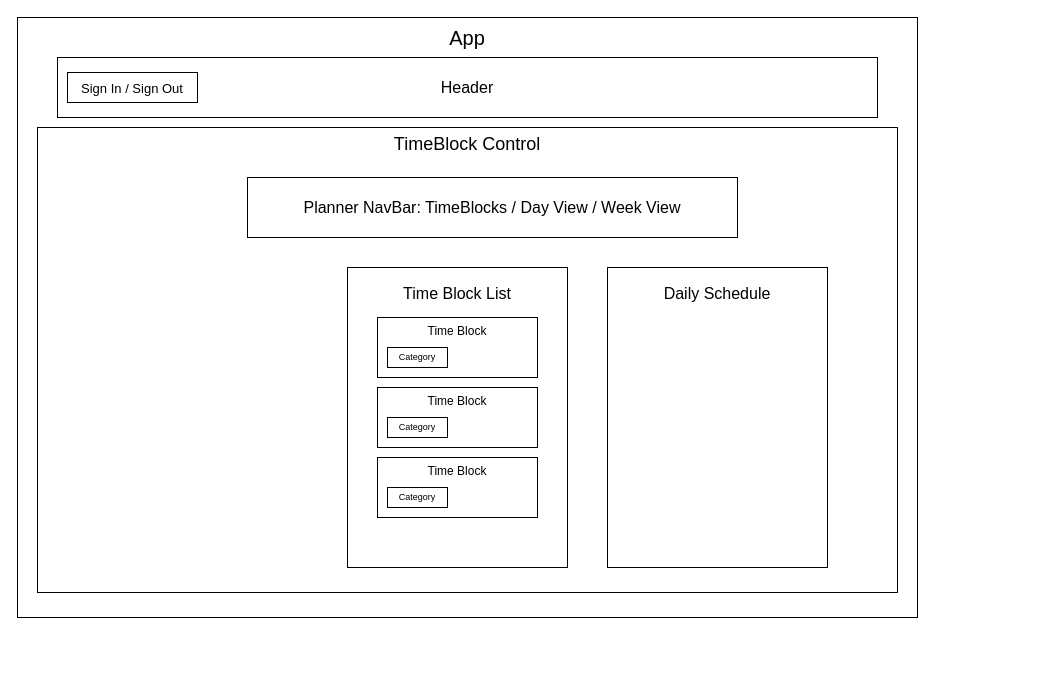
This is app_diagram_v1.drawio from nsncowan/work-life-planner, a draw.io file, before an edit. Source tidied: cells renumbered, new cells numbered last; positions are measured from the earlier drawing's top-left corner, leaving out a move shared by most shapes. Both pictures are drawn from the tidied source at 100%, with x=0, y=0 at pixel (17, 17).
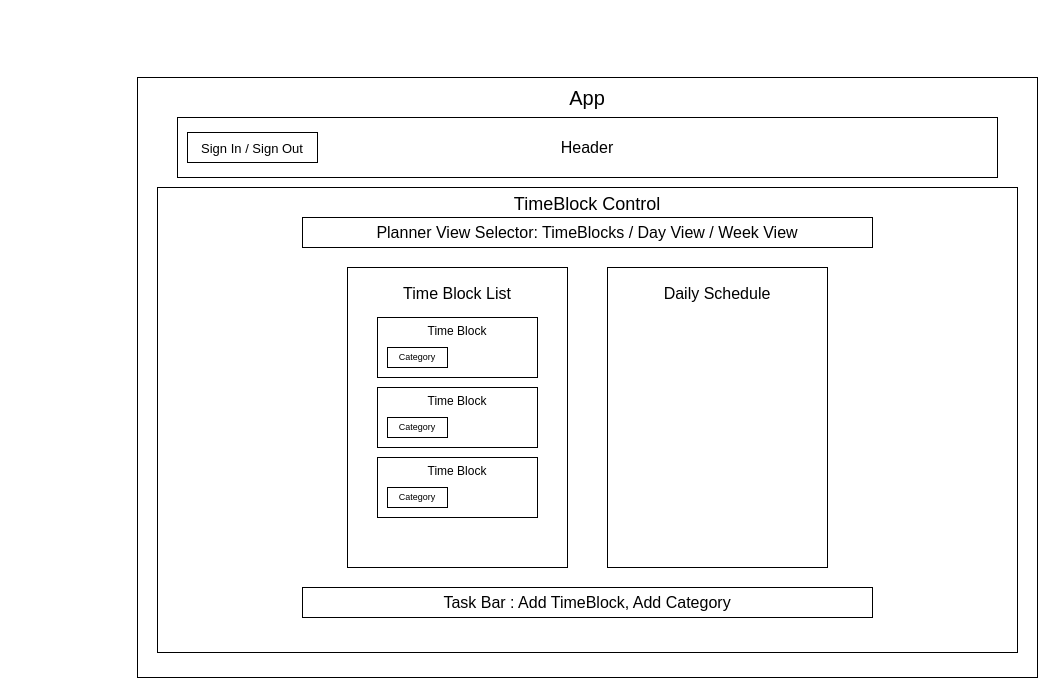
Above is the later version.

What changed in the source:
```diff
@@
 <mxGraphModel>
   <root>
     <mxCell id="0" />
     <mxCell id="1" parent="0" />
     <mxCell id="2" style="rounded=0;whiteSpace=wrap;html=1;fontSize=13;" parent="1" vertex="1">
-      <mxGeometry width="900" height="600" as="geometry" />
+      <mxGeometry x="120" y="60" width="900" height="600" as="geometry" />
     </mxCell>
     <mxCell id="3" value="&lt;font style=&quot;font-size: 20px;&quot;&gt;App&lt;br style=&quot;font-size: 20px;&quot;&gt;&lt;/font&gt;" style="text;strokeColor=none;align=center;fillColor=none;html=1;verticalAlign=middle;whiteSpace=wrap;rounded=0;fontSize=20;" parent="1" vertex="1">
-      <mxGeometry x="416.2" width="67.5" height="40" as="geometry" />
+      <mxGeometry x="536.2" y="60" width="67.5" height="40" as="geometry" />
     </mxCell>
     <mxCell id="4" value="TimeBlock Control" style="rounded=0;whiteSpace=wrap;html=1;verticalAlign=top;fontSize=18;" parent="1" vertex="1">
-      <mxGeometry x="20" y="110" width="860" height="465" as="geometry" />
+      <mxGeometry x="140" y="170" width="860" height="465" as="geometry" />
     </mxCell>
     <mxCell id="5" value="Time Block List" style="rounded=0;whiteSpace=wrap;html=1;spacingTop=10;verticalAlign=top;spacing=2;spacingBottom=0;horizontal=1;fontSize=16;" parent="1" vertex="1">
       <mxGeometry x="330" y="250" width="220" height="300" as="geometry" />
     </mxCell>
     <mxCell id="6" value="Time Block" style="rounded=0;whiteSpace=wrap;html=1;spacingLeft=0;verticalAlign=top;" parent="1" vertex="1">
       <mxGeometry x="360" y="300" width="160" height="60" as="geometry" />
     </mxCell>
     <mxCell id="7" value="Category" style="rounded=0;whiteSpace=wrap;html=1;fontSize=9;" parent="1" vertex="1">
       <mxGeometry x="370" y="330" width="60" height="20" as="geometry" />
     </mxCell>
     <mxCell id="8" value="Daily Schedule" style="rounded=0;whiteSpace=wrap;html=1;fontSize=16;verticalAlign=top;spacingTop=10;" parent="1" vertex="1">
       <mxGeometry x="590" y="250" width="220" height="300" as="geometry" />
     </mxCell>
     <mxCell id="9" value="Time Block" style="rounded=0;whiteSpace=wrap;html=1;verticalAlign=top;" parent="1" vertex="1">
       <mxGeometry x="360" y="370" width="160" height="60" as="geometry" />
     </mxCell>
     <mxCell id="10" value="Time Block" style="rounded=0;whiteSpace=wrap;html=1;verticalAlign=top;" parent="1" vertex="1">
       <mxGeometry x="360" y="440" width="160" height="60" as="geometry" />
     </mxCell>
     <mxCell id="11" value="Category" style="rounded=0;whiteSpace=wrap;html=1;fontSize=9;" parent="1" vertex="1">
       <mxGeometry x="370" y="400" width="60" height="20" as="geometry" />
     </mxCell>
     <mxCell id="12" value="Category" style="rounded=0;whiteSpace=wrap;html=1;fontSize=9;" parent="1" vertex="1">
       <mxGeometry x="370" y="470" width="60" height="20" as="geometry" />
     </mxCell>
-    <mxCell id="13" value="Planner NavBar: TimeBlocks / Day View / Week View" style="rounded=0;whiteSpace=wrap;html=1;fontSize=16;" parent="1" vertex="1">
-      <mxGeometry x="230" y="160" width="490" height="60" as="geometry" />
+    <mxCell id="13" value="Planner View Selector: TimeBlocks / Day View / Week View" style="rounded=0;whiteSpace=wrap;html=1;fontSize=16;" parent="1" vertex="1">
+      <mxGeometry x="285" y="200" width="570" height="30" as="geometry" />
     </mxCell>
     <mxCell id="14" value="Header" style="rounded=0;whiteSpace=wrap;html=1;fontSize=16;" parent="1" vertex="1">
-      <mxGeometry x="40" y="40" width="820" height="60" as="geometry" />
+      <mxGeometry x="160" y="100" width="820" height="60" as="geometry" />
     </mxCell>
     <mxCell id="15" value="&lt;font style=&quot;font-size: 13px;&quot;&gt;Sign In / Sign Out&lt;/font&gt;" style="rounded=0;whiteSpace=wrap;html=1;fontSize=16;" parent="1" vertex="1">
-      <mxGeometry x="50" y="55" width="130" height="30" as="geometry" />
+      <mxGeometry x="170" y="115" width="130" height="30" as="geometry" />
     </mxCell>
+    <mxCell id="16" value="Task Bar : Add TimeBlock, Add Category" style="rounded=0;whiteSpace=wrap;html=1;fontSize=16;" parent="1" vertex="1">
+      <mxGeometry x="285" y="570" width="570" height="30" as="geometry" />
+    </mxCell>
   </root>
 </mxGraphModel>
```
